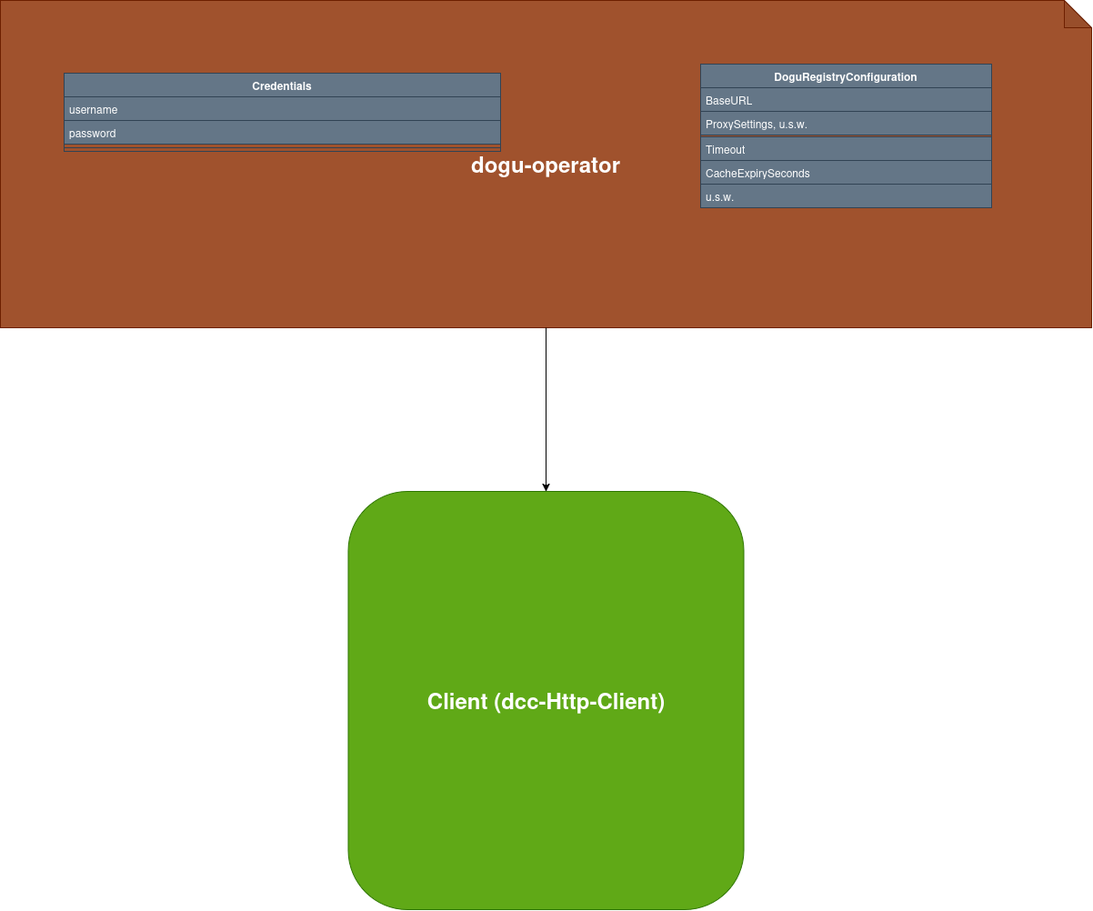
Earlier version of the draw.io export docs/development/img/passing-configurations.png (cloudogu/dogu-lib). Source tidied: cells renumbered, new cells last; positions are measured from the earlier drawing's top-left corner, leaving out a move shared by most shapes.
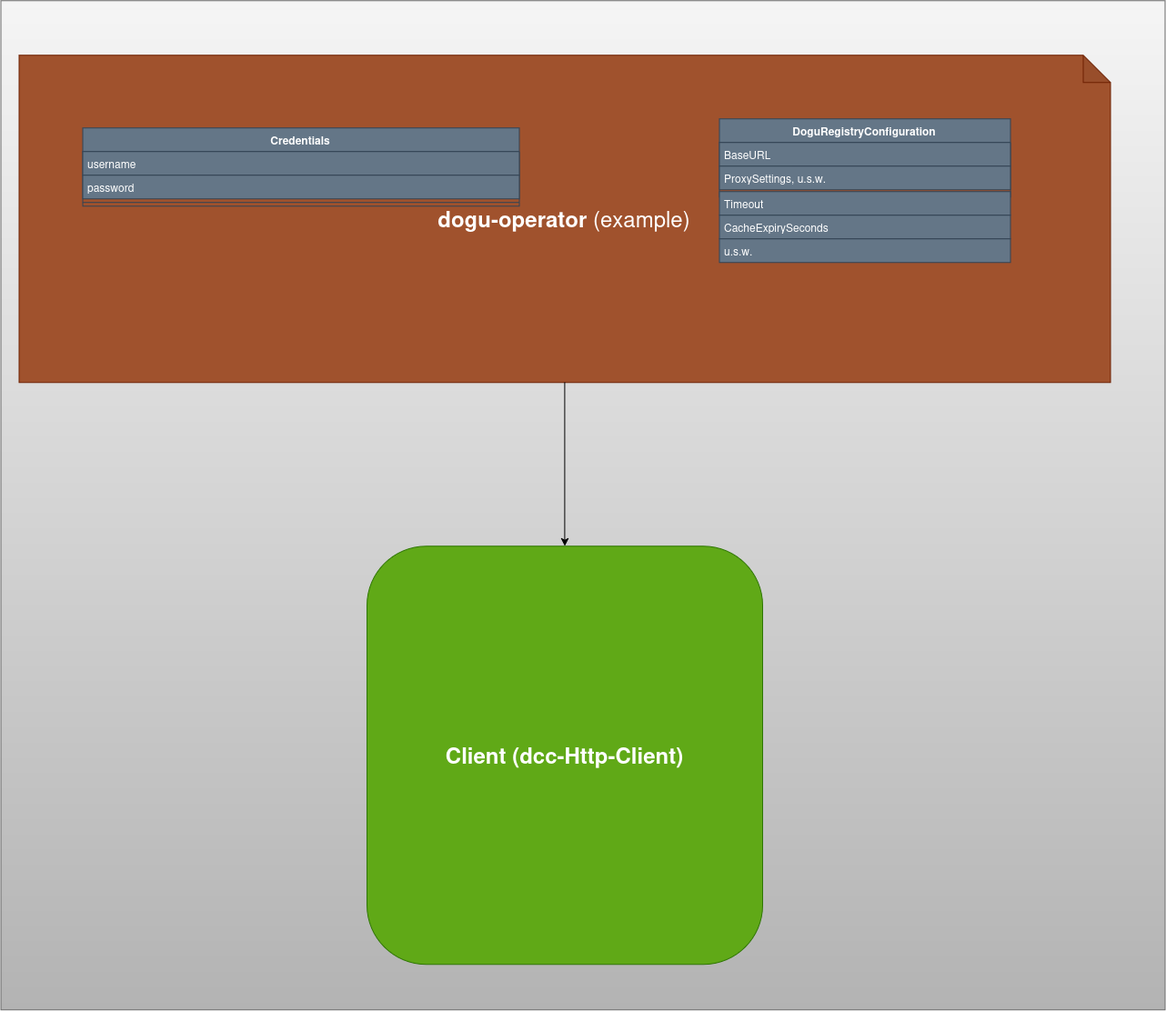
After the change.

Commit message:
#7 Update use case diagram

What changed in the source:
```diff
@@ -2,7 +2,10 @@
   <root>
     <mxCell id="0" />
     <mxCell id="1" parent="0" />
+    <mxCell id="16" style="rounded=0;whiteSpace=wrap;html=1;fillColor=#f5f5f5;strokeColor=#666666;gradientColor=#b3b3b3;" parent="1" vertex="1">
+      <mxGeometry x="-20" y="-60" width="1280" height="1110" as="geometry" />
+    </mxCell>
-    <mxCell id="2" value="&lt;b&gt;dogu-operator&lt;/b&gt;" style="shape=note;whiteSpace=wrap;html=1;backgroundOutline=1;darkOpacity=0.05;fillColor=#a0522d;fontColor=#ffffff;strokeColor=#6D1F00;fontSize=24;" parent="1" vertex="1">
+    <mxCell id="2" value="&lt;b&gt;dogu-operator&lt;/b&gt;&amp;nbsp;(example)" style="shape=note;whiteSpace=wrap;html=1;backgroundOutline=1;darkOpacity=0.05;fillColor=#a0522d;fontColor=#ffffff;strokeColor=#6D1F00;fontSize=24;" parent="1" vertex="1">
       <mxGeometry width="1200" height="360" as="geometry" />
     </mxCell>
     <mxCell id="3" value="&lt;b&gt;&lt;font style=&quot;font-size: 24px;&quot;&gt;Client (dcc-Http-Client)&lt;/font&gt;&lt;/b&gt;" style="rounded=1;whiteSpace=wrap;html=1;fillColor=#60a917;fontColor=#ffffff;strokeColor=#2D7600;fontSize=18;" parent="1" vertex="1">
```
